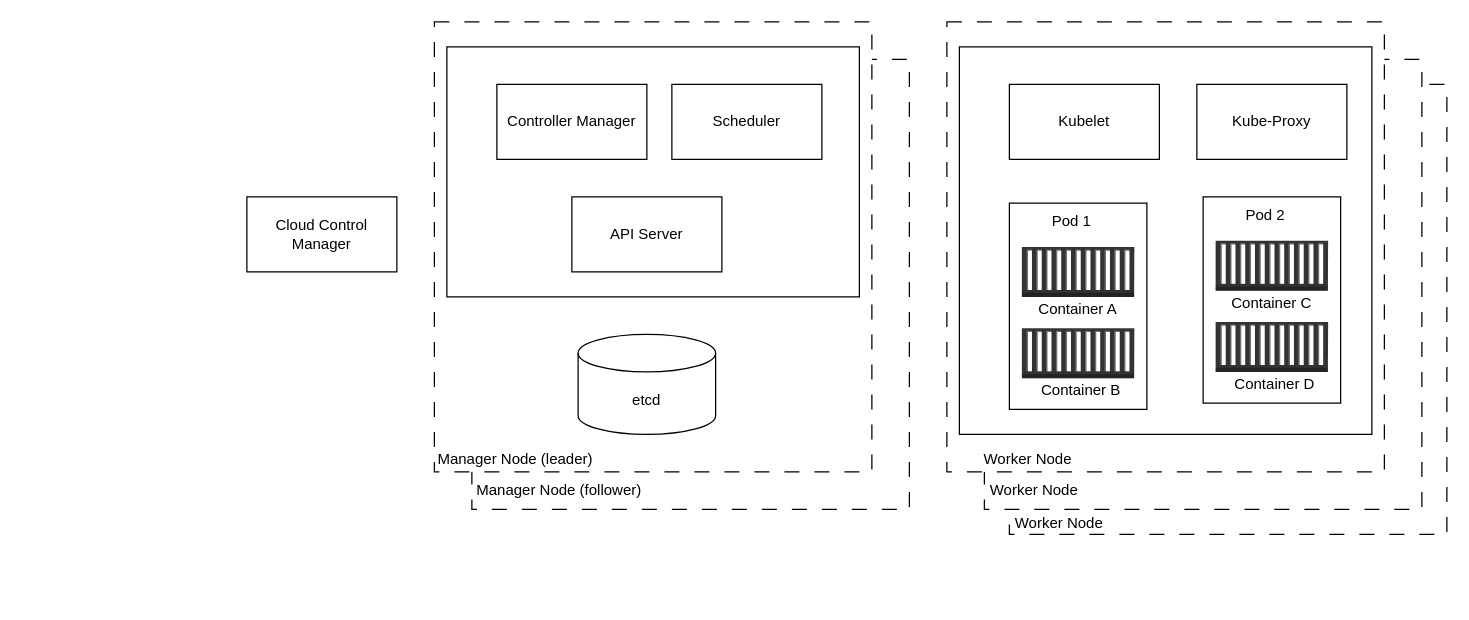
Before: KubernetesArchitecture.drawio in jayanthkmr/architecture-diagrams, a draw.io diagram. Source tidied: cells renumbered, new cells numbered last; positions are measured from the earlier drawing's top-left corner, leaving out a move shared by most shapes. Both pictures are drawn from the tidied source at 125%, with x=0, y=0 at pixel (246, 21).
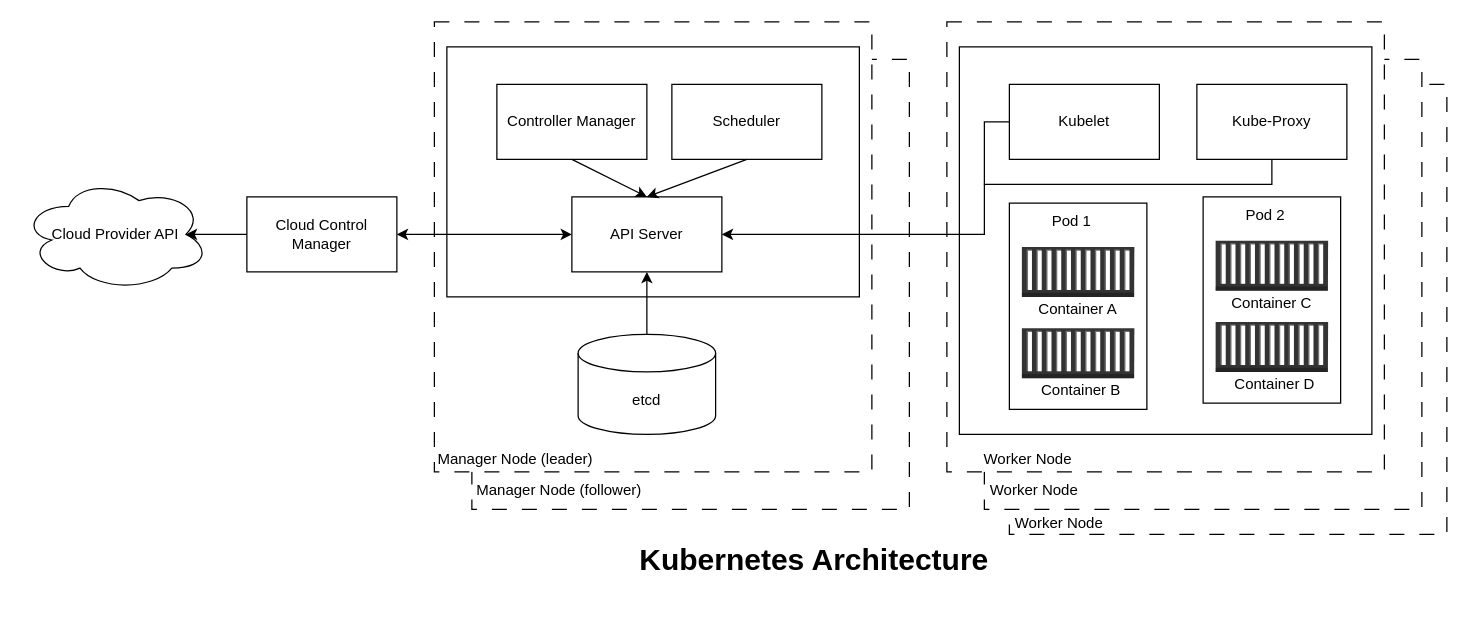
Above is the later version.

Unchanged cells that the change refers to:
```xml
<mxCell id="6" value="Controller Manager" style="rounded=0;whiteSpace=wrap;html=1;" parent="1" vertex="1">
  <mxGeometry x="200" y="50" width="120" height="60" as="geometry" />
</mxCell>
<mxCell id="7" value="Scheduler" style="rounded=0;whiteSpace=wrap;html=1;" parent="1" vertex="1">
  <mxGeometry x="340" y="50" width="120" height="60" as="geometry" />
</mxCell>
<mxCell id="8" value="API Server" style="rounded=0;whiteSpace=wrap;html=1;" parent="1" vertex="1">
  <mxGeometry x="260" y="140" width="120" height="60" as="geometry" />
</mxCell>
<mxCell id="9" value="Cloud Control Manager" style="rounded=0;whiteSpace=wrap;html=1;" parent="1" vertex="1">
  <mxGeometry y="140" width="120" height="60" as="geometry" />
</mxCell>
<mxCell id="10" value="etcd" style="shape=cylinder3;whiteSpace=wrap;html=1;boundedLbl=1;backgroundOutline=1;size=15;" parent="1" vertex="1">
  <mxGeometry x="265" y="250" width="110" height="80" as="geometry" />
</mxCell>
<mxCell id="16" value="Kubelet" style="rounded=0;whiteSpace=wrap;html=1;" parent="1" vertex="1">
  <mxGeometry x="610" y="50" width="120" height="60" as="geometry" />
</mxCell>
<mxCell id="17" value="Kube-Proxy" style="rounded=0;whiteSpace=wrap;html=1;" parent="1" vertex="1">
  <mxGeometry x="760" y="50" width="120" height="60" as="geometry" />
</mxCell>
```

Diff of the diagram source:
```diff
@@
+    <mxCell id="33" style="edgeStyle=orthogonalEdgeStyle;rounded=0;jettySize=auto;html=1;exitX=0.5;exitY=1;exitDx=0;exitDy=0;entryX=1;entryY=0.5;entryDx=0;entryDy=0;" parent="1" edge="1" source="17" target="8">
+      <mxGeometry relative="1" as="geometry">
+        <Array as="points">
+          <mxPoint x="820" y="130" />
+          <mxPoint x="590" y="130" />
+          <mxPoint x="590" y="170" />
+        </Array>
+      </mxGeometry>
+    </mxCell>
@@
+    <mxCell id="34" value="Cloud Provider API" style="ellipse;shape=cloud;whiteSpace=wrap;html=1;" parent="1" vertex="1">
+      <mxGeometry x="-180" y="125" width="150" height="90" as="geometry" />
+    </mxCell>
+    <mxCell id="35" style="endArrow=classic;html=1;rounded=0;exitX=0;exitY=0.5;exitDx=0;exitDy=0;entryX=0.875;entryY=0.5;entryDx=0;entryDy=0;entryPerimeter=0;" parent="1" edge="1" source="9" target="34">
+      <mxGeometry relative="1" as="geometry" />
+    </mxCell>
+    <mxCell id="36" style="endArrow=classic;startArrow=classic;html=1;rounded=0;exitX=1;exitY=0.5;exitDx=0;exitDy=0;" parent="1" edge="1" source="9" target="8">
+      <mxGeometry relative="1" as="geometry" />
+    </mxCell>
+    <mxCell id="37" style="endArrow=classic;html=1;rounded=0;exitX=0.5;exitY=1;exitDx=0;exitDy=0;entryX=0.5;entryY=0;entryDx=0;entryDy=0;" parent="1" edge="1" source="6" target="8">
+      <mxGeometry relative="1" as="geometry" />
+    </mxCell>
+    <mxCell id="38" style="endArrow=classic;html=1;rounded=0;exitX=0.5;exitY=1;exitDx=0;exitDy=0;entryX=0.5;entryY=0;entryDx=0;entryDy=0;" parent="1" edge="1" source="7" target="8">
+      <mxGeometry relative="1" as="geometry" />
+    </mxCell>
+    <mxCell id="39" style="endArrow=classic;html=1;rounded=0;exitX=0.5;exitY=0;exitDx=0;exitDy=0;exitPerimeter=0;" parent="1" edge="1" source="10" target="8">
+      <mxGeometry relative="1" as="geometry" />
+    </mxCell>
+    <mxCell id="40" style="endArrow=none;html=1;rounded=0;entryX=0;entryY=0.5;entryDx=0;entryDy=0;" parent="1" edge="1" target="16">
+      <mxGeometry relative="1" as="geometry">
+        <mxPoint x="590" y="130" as="sourcePoint" />
+        <Array as="points">
+          <mxPoint x="590" y="80" />
+        </Array>
+      </mxGeometry>
+    </mxCell>
+    <mxCell id="41" value="&lt;h1&gt;Kubernetes Architecture&lt;/h1&gt;" style="text;html=1;align=center;verticalAlign=middle;whiteSpace=wrap;rounded=0;" parent="1" vertex="1">
+      <mxGeometry x="310" y="416" width="288" height="30" as="geometry" />
+    </mxCell>
```
